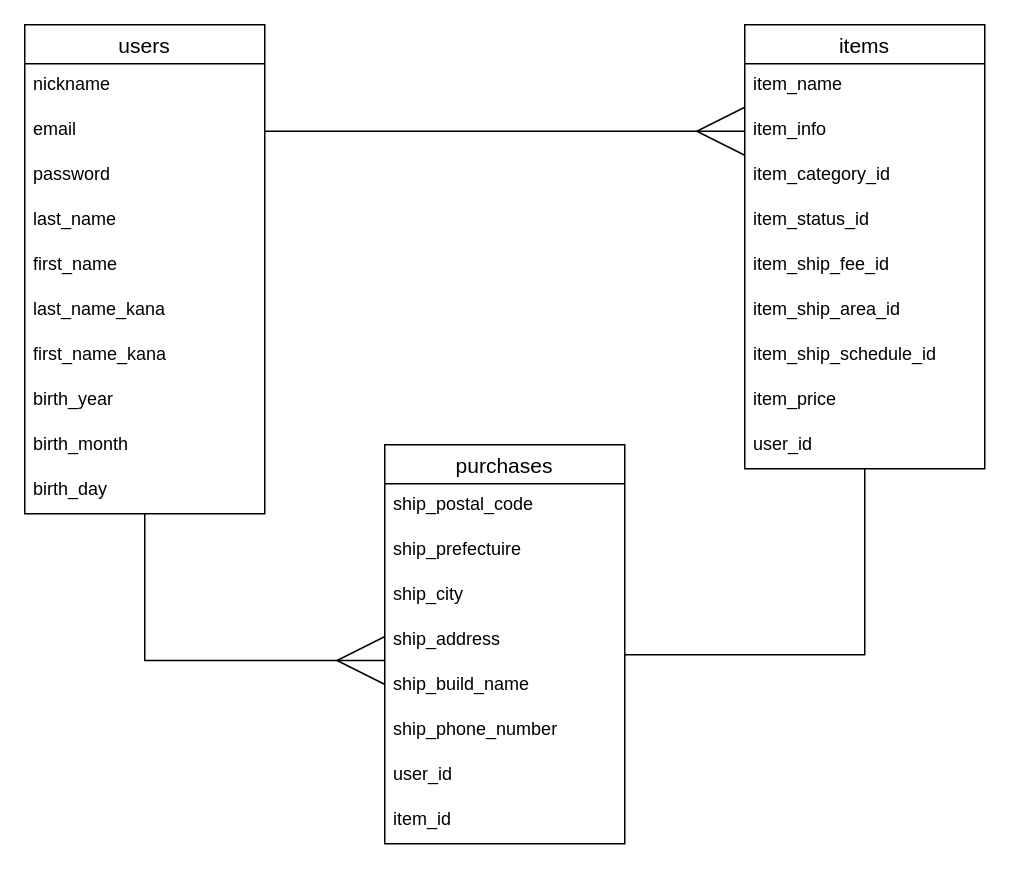
Earlier version of the draw.io diagram er1.dio (StepLadder123/furima-36404). Source tidied: cells renumbered, new cells numbered last; positions are measured from the earlier drawing's top-left corner, leaving out a move shared by most shapes. Both pictures are drawn from the tidied source at 150%, with x=0, y=0 at pixel (24, 24).
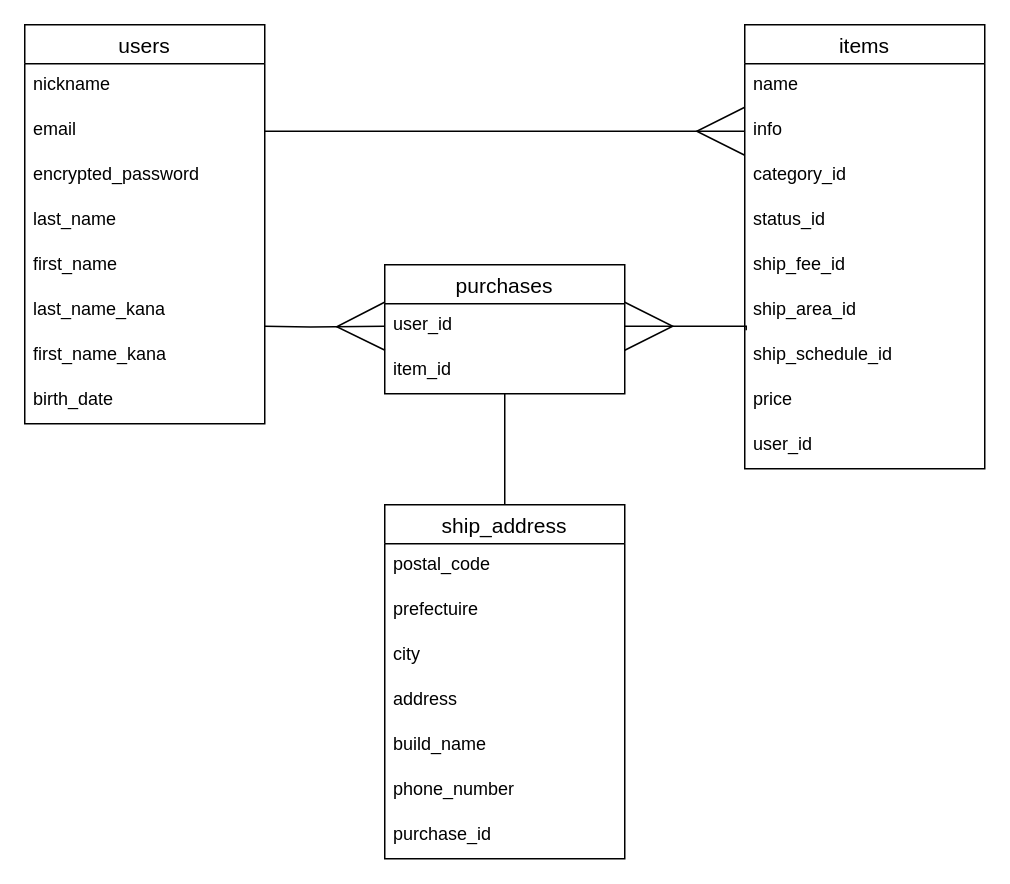
The same page after the edit.

Commit message (it also covers changes not shown here):
データベース設計3

Unchanged cells that the change refers to:
```xml
<mxCell id="14" value="items" style="swimlane;fontStyle=0;horizontal=1;startSize=26;align=center;fontSize=14;" parent="1" vertex="1">
  <mxGeometry x="480" width="160" height="296" as="geometry" />
</mxCell>
```

Change to the diagram source:
```diff
@@
-    <mxCell id="2" style="edgeStyle=orthogonalEdgeStyle;rounded=0;jettySize=auto;html=1;endArrow=ERmany;endFill=0;endSize=30;entryX=0.001;entryY=-0.073;entryDx=0;entryDy=0;entryPerimeter=0;" parent="1" edge="1" source="3" target="29">
-      <mxGeometry relative="1" as="geometry" />
+    <mxCell id="2" style="edgeStyle=orthogonalEdgeStyle;rounded=0;jettySize=auto;html=1;endArrow=ERmany;endFill=0;endSize=30;entryX=0;entryY=0.5;entryDx=0;entryDy=0;" parent="1" edge="1" target="31">
+      <mxGeometry relative="1" as="geometry">
+        <mxPoint x="160" y="201" as="sourcePoint" />
+      </mxGeometry>
     </mxCell>
     <mxCell id="3" value="users" style="swimlane;fontStyle=0;horizontal=1;startSize=26;align=center;fontSize=14;" parent="1" vertex="1">
-      <mxGeometry width="160" height="326" as="geometry" />
+      <mxGeometry width="160" height="266" as="geometry" />
     </mxCell>
@@
-    <mxCell id="6" value="password" style="text;strokeColor=none;fillColor=none;spacingLeft=4;spacingRight=4;overflow=hidden;fontSize=12;" parent="3" vertex="1">
+    <mxCell id="6" value="encrypted_password" style="text;strokeColor=none;fillColor=none;spacingLeft=4;spacingRight=4;overflow=hidden;fontSize=12;" parent="3" vertex="1">
       <mxGeometry y="86" width="160" height="30" as="geometry" />
     </mxCell>
@@
-    <mxCell id="11" value="birth_year" style="text;strokeColor=none;fillColor=none;spacingLeft=4;spacingRight=4;overflow=hidden;fontSize=12;" parent="3" vertex="1">
+    <mxCell id="11" value="birth_date" style="text;strokeColor=none;fillColor=none;spacingLeft=4;spacingRight=4;overflow=hidden;fontSize=12;" parent="3" vertex="1">
       <mxGeometry y="236" width="160" height="30" as="geometry" />
     </mxCell>
-    <mxCell id="12" value="birth_month" style="text;strokeColor=none;fillColor=none;spacingLeft=4;spacingRight=4;overflow=hidden;fontSize=12;" parent="3" vertex="1">
-      <mxGeometry y="266" width="160" height="30" as="geometry" />
-    </mxCell>
-    <mxCell id="13" value="birth_day" style="text;strokeColor=none;fillColor=none;spacingLeft=4;spacingRight=4;overflow=hidden;fontSize=12;" parent="3" vertex="1">
-      <mxGeometry y="296" width="160" height="30" as="geometry" />
-    </mxCell>
@@
-    <mxCell id="15" value="item_name" style="text;strokeColor=none;fillColor=none;spacingLeft=4;spacingRight=4;overflow=hidden;fontSize=12;" parent="14" vertex="1">
+    <mxCell id="15" value="name" style="text;strokeColor=none;fillColor=none;spacingLeft=4;spacingRight=4;overflow=hidden;fontSize=12;" parent="14" vertex="1">
       <mxGeometry y="26" width="160" height="30" as="geometry" />
     </mxCell>
-    <mxCell id="16" value="item_info" style="text;strokeColor=none;fillColor=none;spacingLeft=4;spacingRight=4;overflow=hidden;points=[[0,0.5],[1,0.5]];portConstraint=eastwest;fontSize=12;" parent="14" vertex="1">
+    <mxCell id="16" value="info" style="text;strokeColor=none;fillColor=none;spacingLeft=4;spacingRight=4;overflow=hidden;points=[[0,0.5],[1,0.5]];portConstraint=eastwest;fontSize=12;" parent="14" vertex="1">
       <mxGeometry y="56" width="160" height="30" as="geometry" />
     </mxCell>
-    <mxCell id="17" value="item_category_id" style="text;strokeColor=none;fillColor=none;spacingLeft=4;spacingRight=4;overflow=hidden;fontSize=12;" parent="14" vertex="1">
+    <mxCell id="17" value="category_id" style="text;strokeColor=none;fillColor=none;spacingLeft=4;spacingRight=4;overflow=hidden;fontSize=12;" parent="14" vertex="1">
       <mxGeometry y="86" width="160" height="30" as="geometry" />
     </mxCell>
-    <mxCell id="18" value="item_status_id" style="text;strokeColor=none;fillColor=none;spacingLeft=4;spacingRight=4;overflow=hidden;fontSize=12;" parent="14" vertex="1">
+    <mxCell id="18" value="status_id" style="text;strokeColor=none;fillColor=none;spacingLeft=4;spacingRight=4;overflow=hidden;fontSize=12;" parent="14" vertex="1">
       <mxGeometry y="116" width="160" height="30" as="geometry" />
     </mxCell>
-    <mxCell id="19" value="item_ship_fee_id" style="text;strokeColor=none;fillColor=none;spacingLeft=4;spacingRight=4;overflow=hidden;fontSize=12;" parent="14" vertex="1">
+    <mxCell id="19" value="ship_fee_id" style="text;strokeColor=none;fillColor=none;spacingLeft=4;spacingRight=4;overflow=hidden;fontSize=12;" parent="14" vertex="1">
       <mxGeometry y="146" width="160" height="30" as="geometry" />
     </mxCell>
-    <mxCell id="20" value="item_ship_area_id" style="text;strokeColor=none;fillColor=none;spacingLeft=4;spacingRight=4;overflow=hidden;points=[[0,0.5],[1,0.5]];portConstraint=eastwest;fontSize=12;" parent="14" vertex="1">
+    <mxCell id="20" value="ship_area_id" style="text;strokeColor=none;fillColor=none;spacingLeft=4;spacingRight=4;overflow=hidden;points=[[0,0.5],[1,0.5]];portConstraint=eastwest;fontSize=12;" parent="14" vertex="1">
       <mxGeometry y="176" width="160" height="30" as="geometry" />
     </mxCell>
-    <mxCell id="21" value="item_ship_schedule_id" style="text;strokeColor=none;fillColor=none;spacingLeft=4;spacingRight=4;overflow=hidden;fontSize=12;" parent="14" vertex="1">
+    <mxCell id="21" value="ship_schedule_id" style="text;strokeColor=none;fillColor=none;spacingLeft=4;spacingRight=4;overflow=hidden;fontSize=12;" parent="14" vertex="1">
       <mxGeometry y="206" width="160" height="30" as="geometry" />
     </mxCell>
-    <mxCell id="22" value="item_price" style="text;strokeColor=none;fillColor=none;spacingLeft=4;spacingRight=4;overflow=hidden;fontSize=12;" parent="14" vertex="1">
+    <mxCell id="22" value="price" style="text;strokeColor=none;fillColor=none;spacingLeft=4;spacingRight=4;overflow=hidden;fontSize=12;" parent="14" vertex="1">
       <mxGeometry y="236" width="160" height="30" as="geometry" />
     </mxCell>
@@
+    <mxCell id="35" style="edgeStyle=orthogonalEdgeStyle;rounded=0;jettySize=auto;html=1;endArrow=none;endFill=0;endSize=30;" parent="1" edge="1" source="24" target="28">
+      <mxGeometry relative="1" as="geometry" />
+    </mxCell>
     <mxCell id="24" value="purchases" style="swimlane;fontStyle=0;horizontal=1;startSize=26;align=center;fontSize=14;" parent="1" vertex="1">
-      <mxGeometry x="240" y="280" width="160" height="266" as="geometry" />
+      <mxGeometry x="240" y="160" width="160" height="86" as="geometry" />
     </mxCell>
-    <mxCell id="25" value="ship_postal_code" style="text;strokeColor=none;fillColor=none;spacingLeft=4;spacingRight=4;overflow=hidden;fontSize=12;" parent="24" vertex="1">
-      <mxGeometry y="26" width="160" height="30" as="geometry" />
-    </mxCell>
-    <mxCell id="26" value="ship_prefectuire" style="text;strokeColor=none;fillColor=none;spacingLeft=4;spacingRight=4;overflow=hidden;fontSize=12;" parent="24" vertex="1">
-      <mxGeometry y="56" width="160" height="30" as="geometry" />
-    </mxCell>
-    <mxCell id="27" value="ship_city" style="text;strokeColor=none;fillColor=none;spacingLeft=4;spacingRight=4;overflow=hidden;fontSize=12;" parent="24" vertex="1">
-      <mxGeometry y="86" width="160" height="30" as="geometry" />
-    </mxCell>
-    <mxCell id="28" value="ship_address" style="text;strokeColor=none;fillColor=none;spacingLeft=4;spacingRight=4;overflow=hidden;points=[[0,0.5],[1,0.5]];portConstraint=eastwest;fontSize=12;" parent="24" vertex="1">
-      <mxGeometry y="116" width="160" height="30" as="geometry" />
-    </mxCell>
-    <mxCell id="29" value="ship_build_name" style="text;strokeColor=none;fillColor=none;spacingLeft=4;spacingRight=4;overflow=hidden;points=[[0,0.5],[1,0.5]];portConstraint=eastwest;fontSize=12;" parent="24" vertex="1">
-      <mxGeometry y="146" width="160" height="30" as="geometry" />
-    </mxCell>
-    <mxCell id="30" value="ship_phone_number" style="text;strokeColor=none;fillColor=none;spacingLeft=4;spacingRight=4;overflow=hidden;fontSize=12;" parent="24" vertex="1">
-      <mxGeometry y="176" width="160" height="30" as="geometry" />
-    </mxCell>
     <mxCell id="31" value="user_id" style="text;strokeColor=none;fillColor=none;spacingLeft=4;spacingRight=4;overflow=hidden;points=[[0,0.5],[1,0.5]];portConstraint=eastwest;fontSize=12;" parent="24" vertex="1">
-      <mxGeometry y="206" width="160" height="30" as="geometry" />
+      <mxGeometry y="26" width="160" height="30" as="geometry" />
     </mxCell>
     <mxCell id="32" value="item_id" style="text;strokeColor=none;fillColor=none;spacingLeft=4;spacingRight=4;overflow=hidden;fontSize=12;" parent="24" vertex="1">
-      <mxGeometry y="236" width="160" height="30" as="geometry" />
+      <mxGeometry y="56" width="160" height="30" as="geometry" />
     </mxCell>
@@
-    <mxCell id="34" style="edgeStyle=orthogonalEdgeStyle;rounded=0;jettySize=auto;html=1;endArrow=none;endFill=0;endSize=30;" parent="1" edge="1" source="14">
+    <mxCell id="34" style="edgeStyle=orthogonalEdgeStyle;rounded=0;jettySize=auto;html=1;endArrow=ERmany;endFill=0;endSize=30;entryX=1;entryY=0.5;entryDx=0;entryDy=0;exitX=0.006;exitY=0.92;exitDx=0;exitDy=0;exitPerimeter=0;" parent="1" edge="1" source="20" target="31">
       <mxGeometry relative="1" as="geometry">
-        <mxPoint x="400" y="420" as="targetPoint" />
         <Array as="points">
-          <mxPoint x="560" y="420" />
-          <mxPoint x="400" y="420" />
+          <mxPoint x="481" y="201" />
         </Array>
       </mxGeometry>
     </mxCell>
+    <mxCell id="28" value="ship_address" style="swimlane;fontStyle=0;horizontal=1;startSize=26;align=center;fontSize=14;" parent="1" vertex="1">
+      <mxGeometry x="240" y="320" width="160" height="236" as="geometry" />
+    </mxCell>
+    <mxCell id="36" value="postal_code" style="text;strokeColor=none;fillColor=none;spacingLeft=4;spacingRight=4;overflow=hidden;fontSize=12;" parent="28" vertex="1">
+      <mxGeometry y="26" width="160" height="30" as="geometry" />
+    </mxCell>
+    <mxCell id="37" value="prefectuire" style="text;strokeColor=none;fillColor=none;spacingLeft=4;spacingRight=4;overflow=hidden;fontSize=12;" parent="28" vertex="1">
+      <mxGeometry y="56" width="160" height="30" as="geometry" />
+    </mxCell>
+    <mxCell id="38" value="city" style="text;strokeColor=none;fillColor=none;spacingLeft=4;spacingRight=4;overflow=hidden;fontSize=12;" parent="28" vertex="1">
+      <mxGeometry y="86" width="160" height="30" as="geometry" />
+    </mxCell>
+    <mxCell id="39" value="address" style="text;strokeColor=none;fillColor=none;spacingLeft=4;spacingRight=4;overflow=hidden;fontSize=12;" parent="28" vertex="1">
+      <mxGeometry y="116" width="160" height="30" as="geometry" />
+    </mxCell>
+    <mxCell id="40" value="build_name" style="text;strokeColor=none;fillColor=none;spacingLeft=4;spacingRight=4;overflow=hidden;fontSize=12;" parent="28" vertex="1">
+      <mxGeometry y="146" width="160" height="30" as="geometry" />
+    </mxCell>
+    <mxCell id="41" value="phone_number" style="text;strokeColor=none;fillColor=none;spacingLeft=4;spacingRight=4;overflow=hidden;fontSize=12;" parent="28" vertex="1">
+      <mxGeometry y="176" width="160" height="30" as="geometry" />
+    </mxCell>
+    <mxCell id="42" value="purchase_id" style="text;strokeColor=none;fillColor=none;spacingLeft=4;spacingRight=4;overflow=hidden;fontSize=12;" parent="28" vertex="1">
+      <mxGeometry y="206" width="160" height="30" as="geometry" />
+    </mxCell>
```
